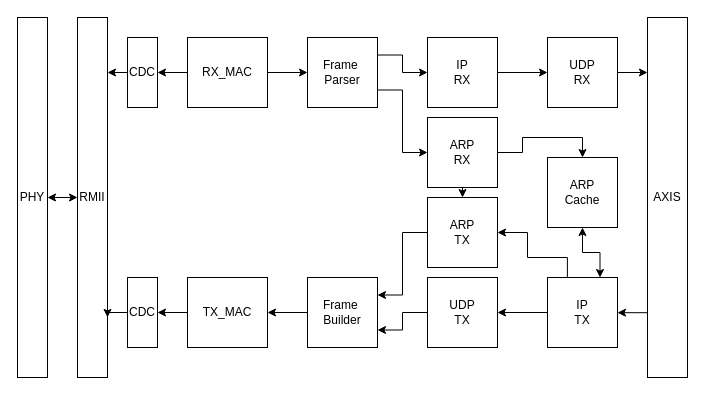
Earlier version of the draw.io diagram doc/ethernet.drawio (nquintana7/nekSoC-ethernet). Source tidied: cells renumbered, new cells numbered last; positions are measured from the earlier drawing's top-left corner, leaving out a move shared by most shapes. Both pictures are drawn from the tidied source at 100%, with x=0, y=0 at pixel (17, 17).
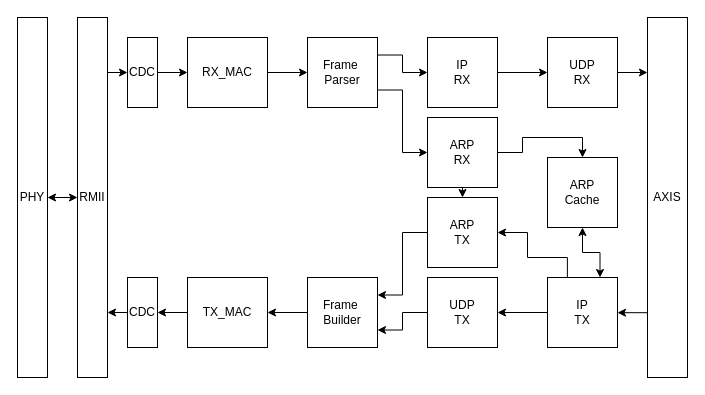
Above is the later version.

The change refers to these unchanged cells:
```xml
<mxCell id="3" value="RX_MAC" style="rounded=0;whiteSpace=wrap;html=1;" parent="1" vertex="1">
  <mxGeometry x="170" y="20" width="80" height="70" as="geometry" />
</mxCell>
<mxCell id="18" value="RMII" style="rounded=0;whiteSpace=wrap;html=1;" parent="1" vertex="1">
  <mxGeometry x="60" width="30" height="360" as="geometry" />
</mxCell>
<mxCell id="27" value="CDC" style="rounded=0;whiteSpace=wrap;html=1;" parent="1" vertex="1">
  <mxGeometry x="110" y="20" width="30" height="70" as="geometry" />
</mxCell>
<mxCell id="28" value="CDC" style="rounded=0;whiteSpace=wrap;html=1;" parent="1" vertex="1">
  <mxGeometry x="110" y="260" width="30" height="70" as="geometry" />
</mxCell>
```

Change to the diagram source:
```diff
@@
-    <mxCell id="21" style="edgeStyle=orthogonalEdgeStyle;rounded=0;jettySize=auto;html=1;exitX=0;exitY=0.5;exitDx=0;exitDy=0;entryX=1;entryY=0.5;entryDx=0;entryDy=0;startArrow=none;startFill=0;endArrow=classic;endFill=1;" parent="1" edge="1" source="3" target="27">
+    <mxCell id="21" style="edgeStyle=orthogonalEdgeStyle;rounded=0;jettySize=auto;html=1;exitX=0;exitY=0.5;exitDx=0;exitDy=0;entryX=1;entryY=0.5;entryDx=0;entryDy=0;startArrow=classic;startFill=1;endArrow=none;endFill=0;" parent="1" edge="1" source="3" target="27">
       <mxGeometry relative="1" as="geometry" />
     </mxCell>
-    <mxCell id="22" style="edgeStyle=orthogonalEdgeStyle;rounded=0;jettySize=auto;html=1;exitX=0;exitY=0.5;exitDx=0;exitDy=0;entryX=1;entryY=0.833;entryDx=0;entryDy=0;entryPerimeter=0;" parent="1" edge="1" source="28" target="18">
-      <mxGeometry relative="1" as="geometry" />
+    <mxCell id="22" style="edgeStyle=orthogonalEdgeStyle;rounded=0;jettySize=auto;html=1;exitX=0;exitY=0.5;exitDx=0;exitDy=0;" parent="1" edge="1" source="28">
+      <mxGeometry relative="1" as="geometry">
+        <mxPoint x="90" y="295" as="targetPoint" />
+      </mxGeometry>
     </mxCell>
@@
-    <mxCell id="35" style="edgeStyle=orthogonalEdgeStyle;rounded=0;jettySize=auto;html=1;exitX=0;exitY=0.5;exitDx=0;exitDy=0;entryX=1;entryY=0.153;entryDx=0;entryDy=0;entryPerimeter=0;" parent="1" edge="1" source="27" target="18">
+    <mxCell id="35" style="edgeStyle=orthogonalEdgeStyle;rounded=0;jettySize=auto;html=1;exitX=0;exitY=0.5;exitDx=0;exitDy=0;entryX=1;entryY=0.153;entryDx=0;entryDy=0;entryPerimeter=0;startArrow=classic;startFill=1;endArrow=none;endFill=0;" parent="1" edge="1" source="27" target="18">
       <mxGeometry relative="1" as="geometry" />
     </mxCell>
```
